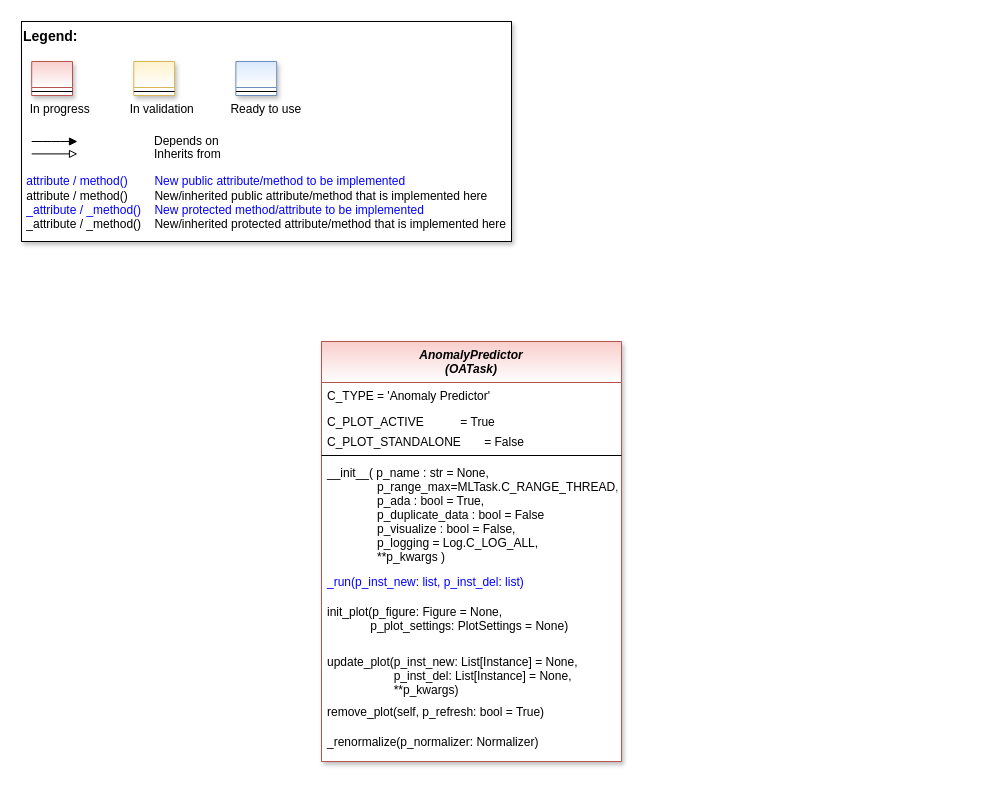
Earlier version of the draw.io diagram page "Page-1" (1 of 2) of doc/rtd/content/99_appendices/appendix2/sub/core/mlpro_oa/streams/tasks/images/MLPro-OA_Anomaly_Predictors_class_diagram.drawio (fhswf/MLPro). Source tidied: cells renumbered, new cells numbered last; positions are measured from the earlier drawing's top-left corner, leaving out a move shared by most shapes. Both pictures are drawn from the tidied source at 100%, with x=0, y=0 at pixel (21, 21).
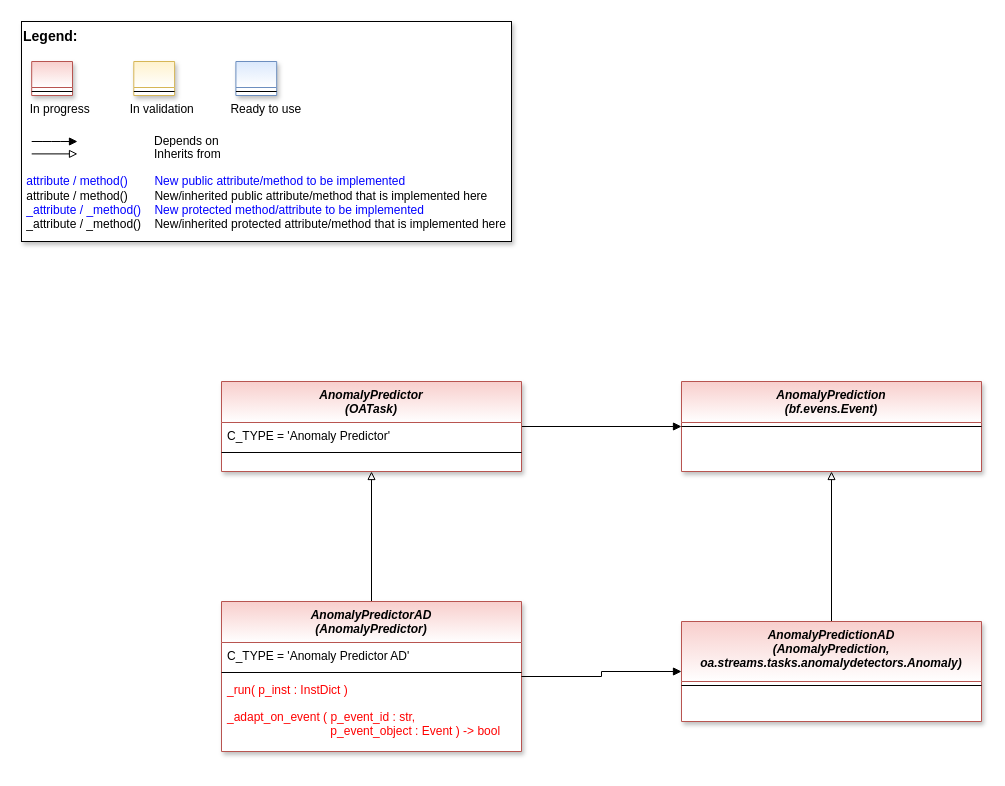
Above is the later version.

Commit message (it also covers changes not shown here):
OA-Streams: Anomaly Prediction #886

The edit, as a diff of the source:
```diff
@@
+    <mxCell id="23" style="edgeStyle=orthogonalEdgeStyle;rounded=0;jettySize=auto;html=1;endArrow=block;endFill=0;" parent="1" edge="1" source="12" target="28">
+      <mxGeometry relative="1" as="geometry" />
+    </mxCell>
-    <mxCell id="12" value="AnomalyPredictor&#10;(OATask)" style="swimlane;fontStyle=3;align=center;verticalAlign=top;horizontal=1;startSize=41;rounded=0;shadow=1;strokeWidth=1;fillColor=#f8cecc;strokeColor=#b85450;swimlaneFillColor=#ffffff;gradientColor=#FFFFFF;" parent="1" vertex="1">
-      <mxGeometry x="300" y="320" width="300" height="420" as="geometry" />
+    <mxCell id="12" value="AnomalyPredictorAD&#10;(AnomalyPredictor)" style="swimlane;fontStyle=3;align=center;verticalAlign=top;horizontal=1;startSize=41;rounded=0;shadow=1;strokeWidth=1;fillColor=#f8cecc;strokeColor=#b85450;swimlaneFillColor=#ffffff;gradientColor=#FFFFFF;" parent="1" vertex="1">
+      <mxGeometry x="200" y="580" width="300" height="150" as="geometry" />
     </mxCell>
-    <mxCell id="13" value="C_TYPE = 'Anomaly Predictor'" style="text;align=left;verticalAlign=top;spacingLeft=4;spacingRight=4;overflow=hidden;fontColor=default;" parent="12" vertex="1">
+    <mxCell id="13" value="C_TYPE = 'Anomaly Predictor AD'" style="text;align=left;verticalAlign=top;spacingLeft=4;spacingRight=4;overflow=hidden;fontColor=default;" parent="12" vertex="1">
       <mxGeometry y="41" width="300" height="26" as="geometry" />
     </mxCell>
-    <mxCell id="14" value="C_PLOT_ACTIVE           = True" style="text;align=left;verticalAlign=top;spacingLeft=4;spacingRight=4;overflow=hidden;fontColor=default;html=1;" parent="12" vertex="1">
-      <mxGeometry y="67" width="300" height="20" as="geometry" />
-    </mxCell>
-    <mxCell id="15" value="C_PLOT_STANDALONE       = False" style="text;align=left;verticalAlign=top;spacingLeft=4;spacingRight=4;overflow=hidden;fontColor=default;" parent="12" vertex="1">
-      <mxGeometry y="87" width="300" height="23" as="geometry" />
-    </mxCell>
     <mxCell id="16" style="line;html=1;strokeWidth=1;align=left;verticalAlign=middle;spacingTop=-1;spacingLeft=3;spacingRight=3;labelPosition=right;" parent="12" vertex="1">
-      <mxGeometry y="110" width="300" height="8" as="geometry" />
+      <mxGeometry y="67" width="300" height="8" as="geometry" />
     </mxCell>
-    <mxCell id="17" value="__init__( p_name : str = None,&#10;               p_range_max=MLTask.C_RANGE_THREAD,&#10;               p_ada : bool = True,&#10;               p_duplicate_data : bool = False&#10;               p_visualize : bool = False,&#10;               p_logging = Log.C_LOG_ALL,&#10;               **p_kwargs )" style="text;align=left;verticalAlign=top;spacingLeft=4;spacingRight=4;overflow=hidden;fontColor=default;" parent="12" vertex="1">
-      <mxGeometry y="118" width="300" height="109" as="geometry" />
-    </mxCell>
-    <mxCell id="18" value="_run(p_inst_new: list, p_inst_del: list)" style="text;align=left;verticalAlign=top;spacingLeft=4;spacingRight=4;overflow=hidden;shadow=1;fontColor=#0000FF;" parent="12" vertex="1">
-      <mxGeometry y="227" width="300" height="30" as="geometry" />
-    </mxCell>
-    <mxCell id="19" value="init_plot(p_figure: Figure = None,&#10;             p_plot_settings: PlotSettings = None)" style="text;align=left;verticalAlign=top;spacingLeft=4;spacingRight=4;overflow=hidden;shadow=1;fontColor=#000000;" parent="12" vertex="1">
-      <mxGeometry y="257" width="300" height="50" as="geometry" />
-    </mxCell>
-    <mxCell id="20" value="update_plot(p_inst_new: List[Instance] = None,&#10;                    p_inst_del: List[Instance] = None,&#10;                    **p_kwargs)" style="text;align=left;verticalAlign=top;spacingLeft=4;spacingRight=4;overflow=hidden;shadow=1;fontColor=#000000;" parent="12" vertex="1">
-      <mxGeometry y="307" width="300" height="50" as="geometry" />
-    </mxCell>
-    <mxCell id="21" value="remove_plot(self, p_refresh: bool = True)" style="text;align=left;verticalAlign=top;spacingLeft=4;spacingRight=4;overflow=hidden;shadow=1;fontColor=#000000;" parent="12" vertex="1">
-      <mxGeometry y="357" width="300" height="30" as="geometry" />
-    </mxCell>
-    <mxCell id="22" value="_renormalize(p_normalizer: Normalizer) " style="text;align=left;verticalAlign=top;spacingLeft=4;spacingRight=4;overflow=hidden;shadow=1;fontColor=#000000;" parent="12" vertex="1">
-      <mxGeometry y="387" width="300" height="30" as="geometry" />
-    </mxCell>
+    <mxCell id="24" value="_run( p_inst : InstDict )" style="text;align=left;verticalAlign=top;spacingLeft=4;spacingRight=4;overflow=hidden;fontColor=#FF0000;" parent="12" vertex="1">
+      <mxGeometry y="75" width="300" height="27" as="geometry" />
+    </mxCell>
+    <mxCell id="25" value="_adapt_on_event ( p_event_id : str, &#10;                               p_event_object : Event ) -&gt; bool" style="text;align=left;verticalAlign=top;spacingLeft=4;spacingRight=4;overflow=hidden;fontColor=#FF0000;" parent="12" vertex="1">
+      <mxGeometry y="102" width="300" height="39" as="geometry" />
+    </mxCell>
+    <mxCell id="26" style="edgeStyle=orthogonalEdgeStyle;rounded=0;jettySize=auto;html=1;endArrow=block;endFill=1;" parent="1" edge="1" source="12" target="32">
+      <mxGeometry relative="1" as="geometry" />
+    </mxCell>
+    <mxCell id="27" style="edgeStyle=orthogonalEdgeStyle;rounded=0;jettySize=auto;html=1;endArrow=block;endFill=1;" parent="1" edge="1" source="28" target="34">
+      <mxGeometry relative="1" as="geometry" />
+    </mxCell>
+    <mxCell id="28" value="AnomalyPredictor&#10;(OATask)" style="swimlane;fontStyle=3;align=center;verticalAlign=top;horizontal=1;startSize=41;rounded=0;shadow=1;strokeWidth=1;fillColor=#f8cecc;strokeColor=#b85450;swimlaneFillColor=#ffffff;gradientColor=#FFFFFF;" parent="1" vertex="1">
+      <mxGeometry x="200" y="360" width="300" height="90" as="geometry" />
+    </mxCell>
+    <mxCell id="29" value="C_TYPE = 'Anomaly Predictor'" style="text;align=left;verticalAlign=top;spacingLeft=4;spacingRight=4;overflow=hidden;fontColor=default;" parent="28" vertex="1">
+      <mxGeometry y="41" width="300" height="26" as="geometry" />
+    </mxCell>
+    <mxCell id="30" style="line;html=1;strokeWidth=1;align=left;verticalAlign=middle;spacingTop=-1;spacingLeft=3;spacingRight=3;labelPosition=right;" parent="28" vertex="1">
+      <mxGeometry y="67" width="300" height="8" as="geometry" />
+    </mxCell>
+    <mxCell id="31" style="edgeStyle=orthogonalEdgeStyle;rounded=0;jettySize=auto;html=1;endArrow=block;endFill=0;" parent="1" edge="1" source="32" target="34">
+      <mxGeometry relative="1" as="geometry" />
+    </mxCell>
+    <mxCell id="32" value="AnomalyPredictionAD&#10;(AnomalyPrediction,&#10;oa.streams.tasks.anomalydetectors.Anomaly)" style="swimlane;fontStyle=3;align=center;verticalAlign=top;horizontal=1;startSize=60;rounded=0;shadow=1;strokeWidth=1;fillColor=#f8cecc;strokeColor=#b85450;swimlaneFillColor=#ffffff;gradientColor=#FFFFFF;" parent="1" vertex="1">
+      <mxGeometry x="660" y="600" width="300" height="100" as="geometry" />
+    </mxCell>
+    <mxCell id="33" style="line;html=1;strokeWidth=1;align=left;verticalAlign=middle;spacingTop=-1;spacingLeft=3;spacingRight=3;labelPosition=right;" parent="32" vertex="1">
+      <mxGeometry y="60" width="300" height="8" as="geometry" />
+    </mxCell>
+    <mxCell id="34" value="AnomalyPrediction&#10;(bf.evens.Event)" style="swimlane;fontStyle=3;align=center;verticalAlign=top;horizontal=1;startSize=41;rounded=0;shadow=1;strokeWidth=1;fillColor=#f8cecc;strokeColor=#b85450;swimlaneFillColor=#ffffff;gradientColor=#FFFFFF;" parent="1" vertex="1">
+      <mxGeometry x="660" y="360" width="300" height="90" as="geometry" />
+    </mxCell>
+    <mxCell id="35" style="line;html=1;strokeWidth=1;align=left;verticalAlign=middle;spacingTop=-1;spacingLeft=3;spacingRight=3;labelPosition=right;" parent="34" vertex="1">
+      <mxGeometry y="41" width="300" height="8" as="geometry" />
+    </mxCell>
```
